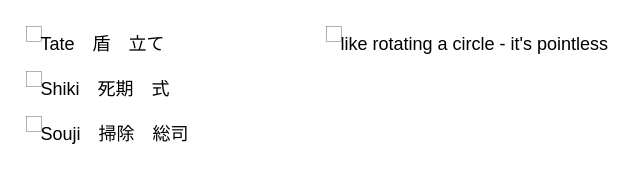
ll-vv/HiH keeps this draw.io diagram as page "名" (1 of 2) of ｖｖ.drawio. Above is the earlier version. Source tidied: cells renumbered, new cells numbered last; positions are measured from the earlier drawing's top-left corner, leaving out a move shared by most shapes. Both pictures are drawn from the tidied source at 150%, with x=0, y=0 at pixel (26, 26).
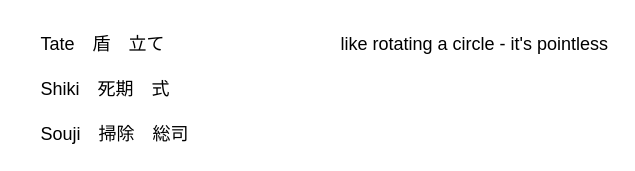
Above is the later version.

Change to the diagram source:
```diff
@@
 <mxGraphModel>
   <root>
     <mxCell id="0" />
     <mxCell id="1" parent="0" />
-    <mxCell id="2" value="Tate　盾　立て" style="html=1;fillColor=none;strokeColor=default;verticalAlign=top;align=left;labelPosition=right;verticalLabelPosition=middle;strokeWidth=0.2;spacing=0;" parent="1" vertex="1">
+    <mxCell id="2" value="Tate　盾　立て" style="html=1;fillColor=none;strokeColor=none;verticalAlign=top;align=left;labelPosition=right;verticalLabelPosition=middle;strokeWidth=0.2;spacing=0;" parent="1" vertex="1">
       <mxGeometry width="10" height="10" as="geometry" />
     </mxCell>
-    <mxCell id="3" value="Shiki　死期　式" style="html=1;fillColor=none;strokeColor=default;verticalAlign=top;align=left;labelPosition=right;verticalLabelPosition=middle;strokeWidth=0.2;spacing=0;" parent="1" vertex="1">
+    <mxCell id="3" value="Shiki　死期　式" style="html=1;fillColor=none;strokeColor=none;verticalAlign=top;align=left;labelPosition=right;verticalLabelPosition=middle;strokeWidth=0.2;spacing=0;" parent="1" vertex="1">
       <mxGeometry y="30" width="10" height="10" as="geometry" />
     </mxCell>
-    <mxCell id="4" value="Souji　掃除　総司" style="html=1;fillColor=none;strokeColor=default;verticalAlign=top;align=left;labelPosition=right;verticalLabelPosition=middle;strokeWidth=0.2;spacing=0;" parent="1" vertex="1">
+    <mxCell id="4" value="Souji　掃除　総司" style="html=1;fillColor=none;strokeColor=none;verticalAlign=top;align=left;labelPosition=right;verticalLabelPosition=middle;strokeWidth=0.2;spacing=0;" parent="1" vertex="1">
       <mxGeometry y="60" width="10" height="10" as="geometry" />
     </mxCell>
-    <mxCell id="5" value="like rotating a circle - it's pointless" style="html=1;fillColor=none;strokeColor=default;verticalAlign=top;align=left;labelPosition=right;verticalLabelPosition=middle;strokeWidth=0.2;spacing=0;" parent="1" vertex="1">
+    <mxCell id="5" value="like rotating a circle - it's pointless" style="html=1;fillColor=none;strokeColor=none;verticalAlign=top;align=left;labelPosition=right;verticalLabelPosition=middle;strokeWidth=0.2;spacing=0;" parent="1" vertex="1">
       <mxGeometry x="200" width="10" height="10" as="geometry" />
     </mxCell>
   </root>
 </mxGraphModel>
```
